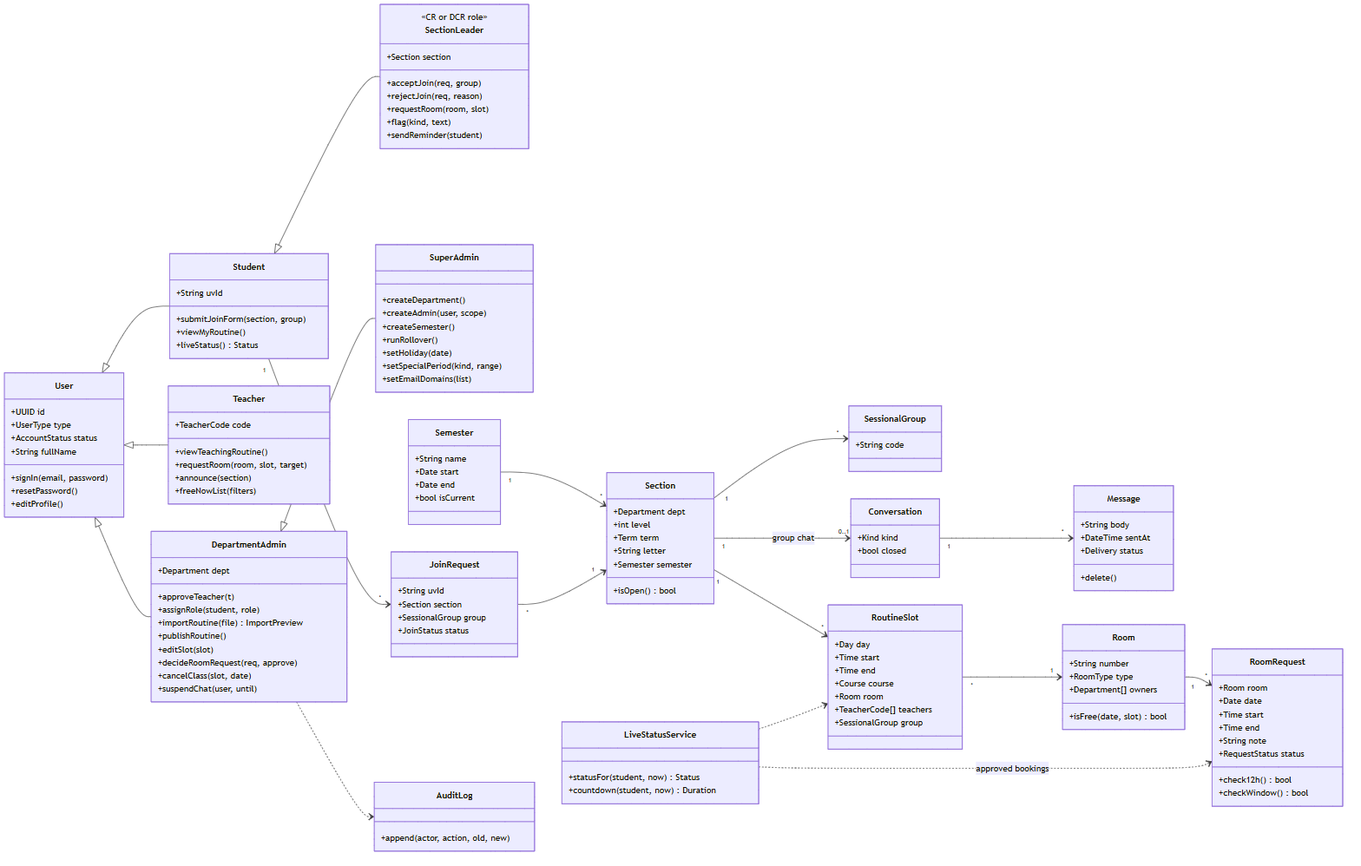
This is DOCUMENTS/png/06-class-diagram.png from chinmoy567/Class-and-Routin-Management-Web-App, a Mermaid export, as it was before one commit. Its source is kept beside it as DOCUMENTS/src/06-class-diagram.mmd. The source it was exported from:
```mermaid
classDiagram
  direction LR
  class User {
    +UUID id
    +UserType type
    +AccountStatus status
    +String fullName
    +signIn(email, password)
    +resetPassword()
    +editProfile()
  }
  class Student {
    +String uvId
    +submitJoinForm(section, group)
    +viewMyRoutine()
    +liveStatus() Status
  }
  class Teacher {
    +TeacherCode code
    +viewTeachingRoutine()
    +requestRoom(room, slot, target)
    +announce(section)
    +freeNowList(filters)
  }
  class SectionLeader {
    <<CR or DCR role>>
    +Section section
    +acceptJoin(req, group)
    +rejectJoin(req, reason)
    +requestRoom(room, slot)
    +flag(kind, text)
    +sendReminder(student)
  }
  class DepartmentAdmin {
    +Department dept
    +approveTeacher(t)
    +assignRole(student, role)
    +importRoutine(file) ImportPreview
    +publishRoutine()
    +editSlot(slot)
    +decideRoomRequest(req, approve)
    +cancelClass(slot, date)
    +suspendChat(user, until)
  }
  class SuperAdmin {
    +createDepartment()
    +createAdmin(user, scope)
    +createSemester()
    +runRollover()
    +setHoliday(date)
    +setSpecialPeriod(kind, range)
    +setEmailDomains(list)
  }
  User <|-- Student
  User <|-- Teacher
  User <|-- DepartmentAdmin
  DepartmentAdmin <|-- SuperAdmin
  Student <|-- SectionLeader

  class Section {
    +Department dept
    +int level
    +Term term
    +String letter
    +Semester semester
    +isOpen() bool
  }
  class SessionalGroup {
    +String code
  }
  class Semester {
    +String name
    +Date start
    +Date end
    +bool isCurrent
  }
  class RoutineSlot {
    +Day day
    +Time start
    +Time end
    +Course course
    +Room room
    +TeacherCode[] teachers
    +SessionalGroup group
  }
  class RoomRequest {
    +Room room
    +Date date
    +Time start
    +Time end
    +String note
    +RequestStatus status
    +check12h() bool
    +checkWindow() bool
  }
  class JoinRequest {
    +String uvId
    +Section section
    +SessionalGroup group
    +JoinStatus status
  }
  class Conversation {
    +Kind kind
    +bool closed
  }
  class Message {
    +String body
    +DateTime sentAt
    +Delivery status
    +delete()
  }
  class Room {
    +String number
    +RoomType type
    +Department[] owners
    +isFree(date, slot) bool
  }
  class LiveStatusService {
    +statusFor(student, now) Status
    +countdown(student, now) Duration
  }
  class AuditLog {
    +append(actor, action, old, new)
  }

  Semester "1" --> "*" Section
  Section "1" --> "*" SessionalGroup
  Section "1" --> "*" RoutineSlot
  Section "1" --> "0..1" Conversation : group chat
  RoutineSlot "*" --> "1" Room
  Room "1" --> "*" RoomRequest
  Student "1" --> "*" JoinRequest
  JoinRequest "*" --> "1" Section
  Conversation "1" --> "*" Message
  LiveStatusService ..> RoutineSlot
  LiveStatusService ..> RoomRequest : approved bookings
  DepartmentAdmin ..> AuditLog
```
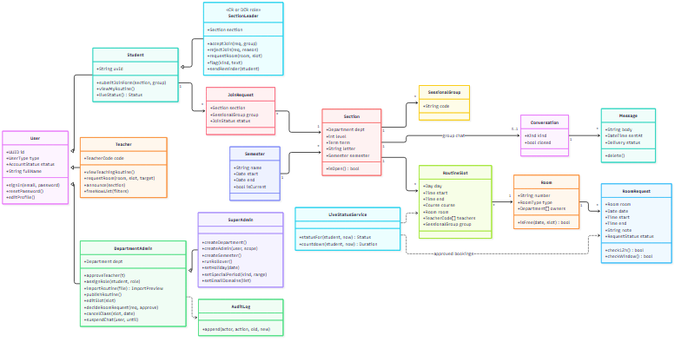
The same diagram one commit later.

Diff of the diagram source:
```diff
@@ -94,7 +94,6 @@
     +checkWindow() bool
   }
   class JoinRequest {
-    +String uvId
     +Section section
     +SessionalGroup group
     +JoinStatus status
```
